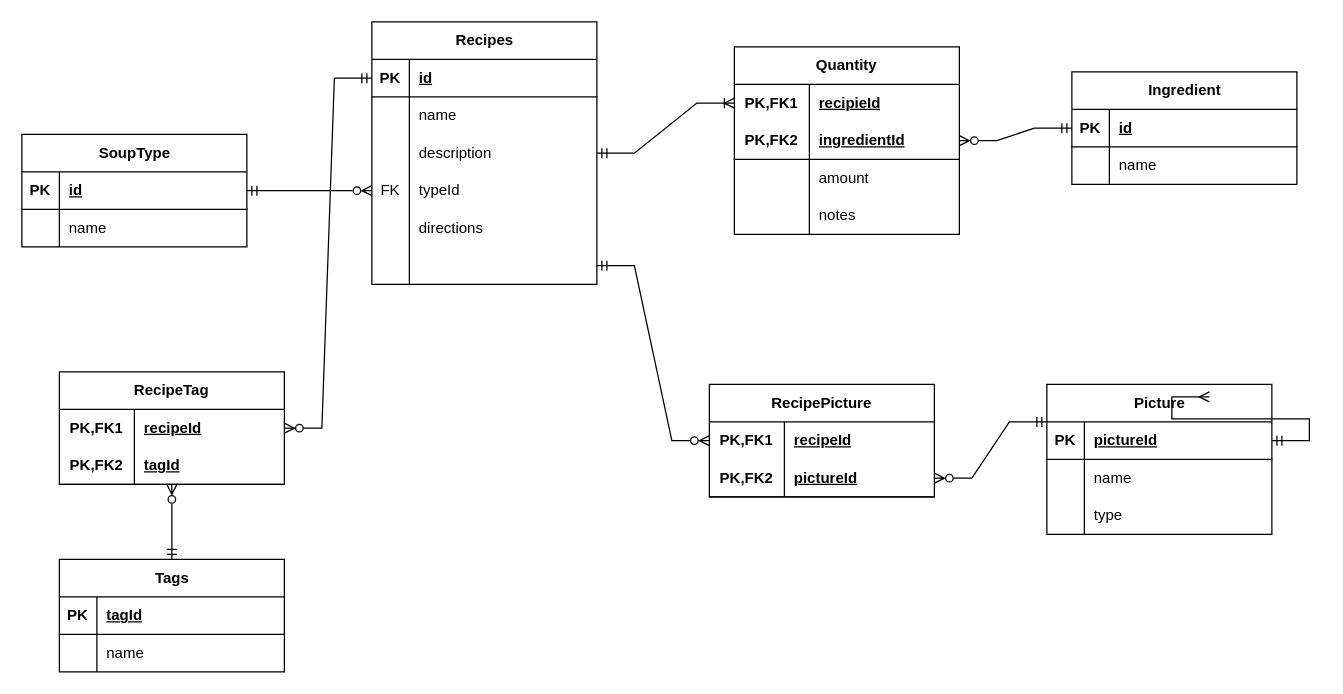
Earlier version of the draw.io diagram Recipe Database.drawio (Souptember/recipe-api). Source tidied: cells renumbered, new cells numbered last; positions are measured from the earlier drawing's top-left corner, leaving out a move shared by most shapes. Both pictures are drawn from the tidied source at 125%, with x=0, y=0 at pixel (21, 21).
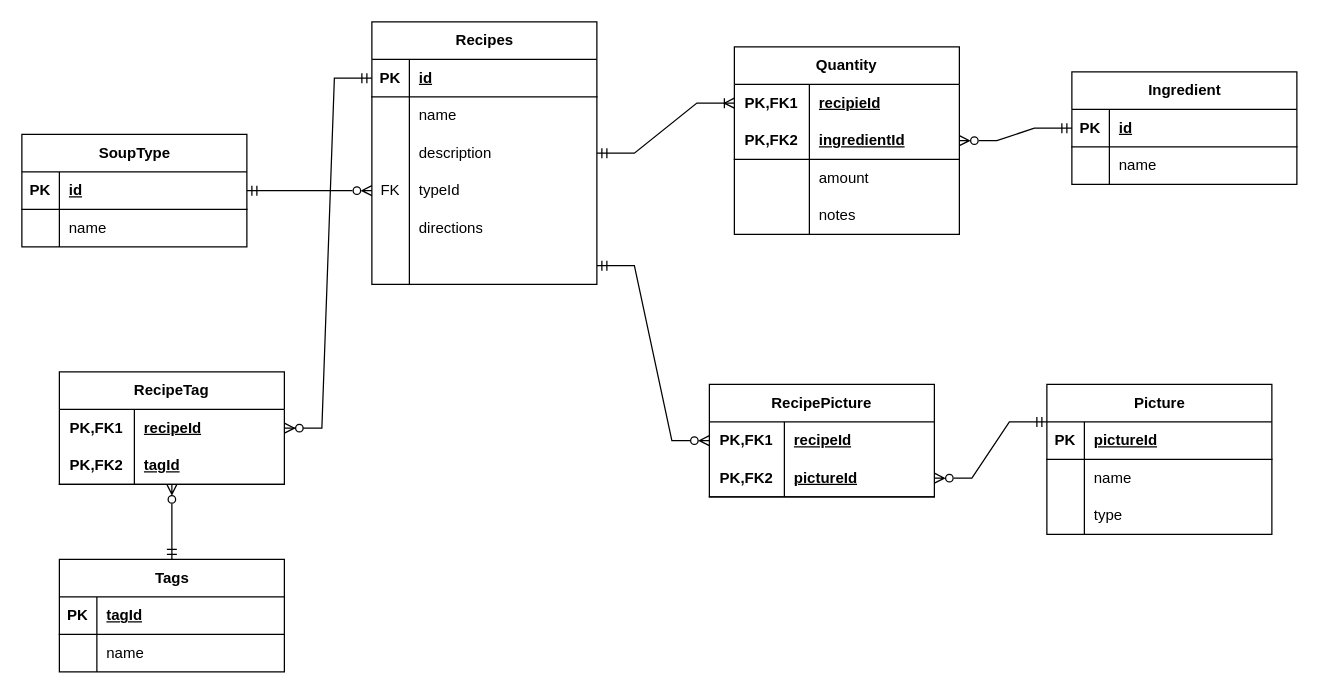
The same page after the edit.

Unchanged cells that the change refers to:
```xml
<mxCell id="30" style="shape=tableRow;horizontal=0;startSize=0;swimlaneHead=0;swimlaneBody=0;fillColor=none;points=[[0,0.5],[1,0.5]];portConstraint=eastwest;top=0;left=0;right=0;bottom=1;" parent="29" vertex="1">
  <mxGeometry y="30" width="180" height="30" as="geometry" />
</mxCell>
```

The edit, as a diff of the source:
```diff
@@
-    <mxCell id="39" style="edgeStyle=entityRelationEdgeStyle;fontSize=12;html=1;endArrow=ERmany;rounded=0;startArrow=ERmandOne;startFill=0;entryX=1;entryY=0.5;entryDx=0;entryDy=0;" parent="1" edge="1" source="30">
-      <mxGeometry relative="1" as="geometry">
-        <mxPoint x="950" y="300" as="targetPoint" />
-      </mxGeometry>
-    </mxCell>
```
